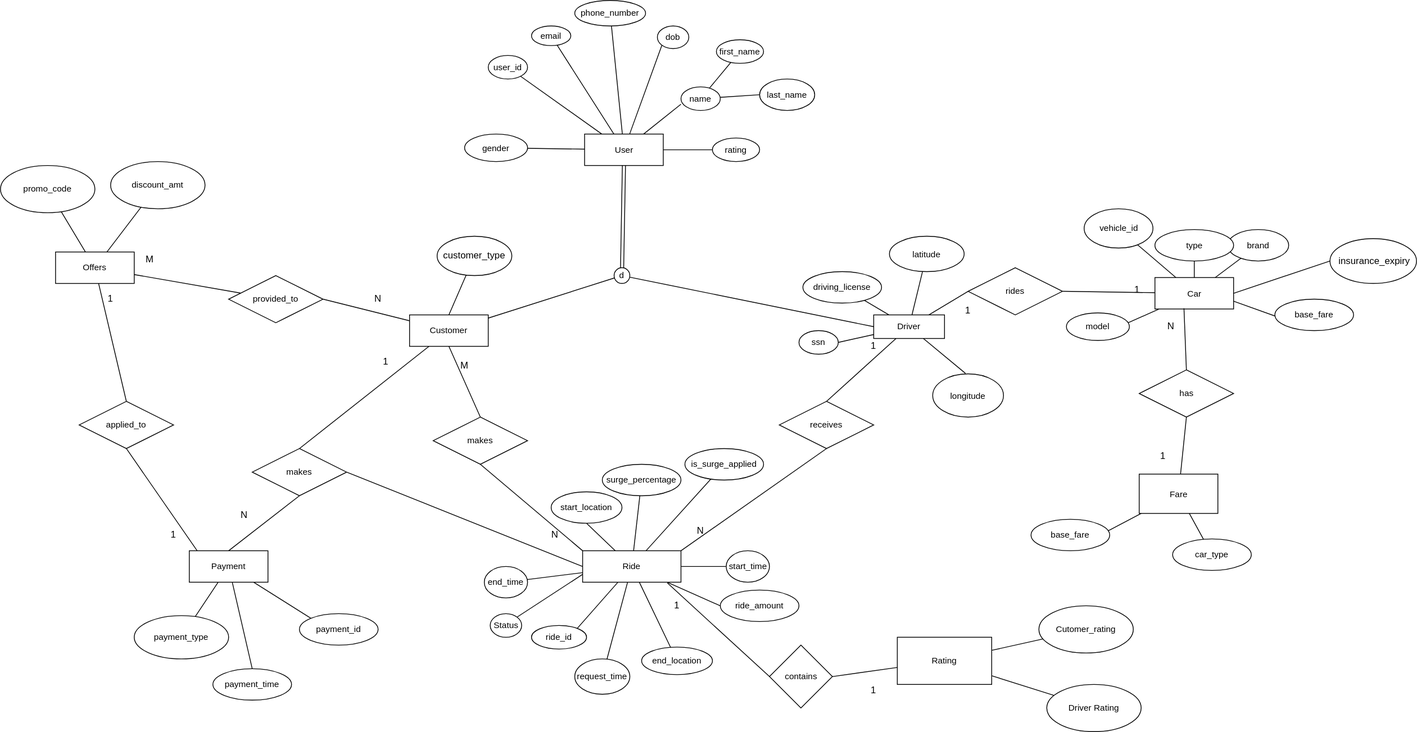
Before: Uber backend.svg, a diagram exported from draw.io (NandhiniPeriyasamy13/Uber-backend-database-design). Source tidied: cells renumbered, new cells last; positions are measured from the earlier drawing's top-left corner, leaving out a move shared by most shapes.
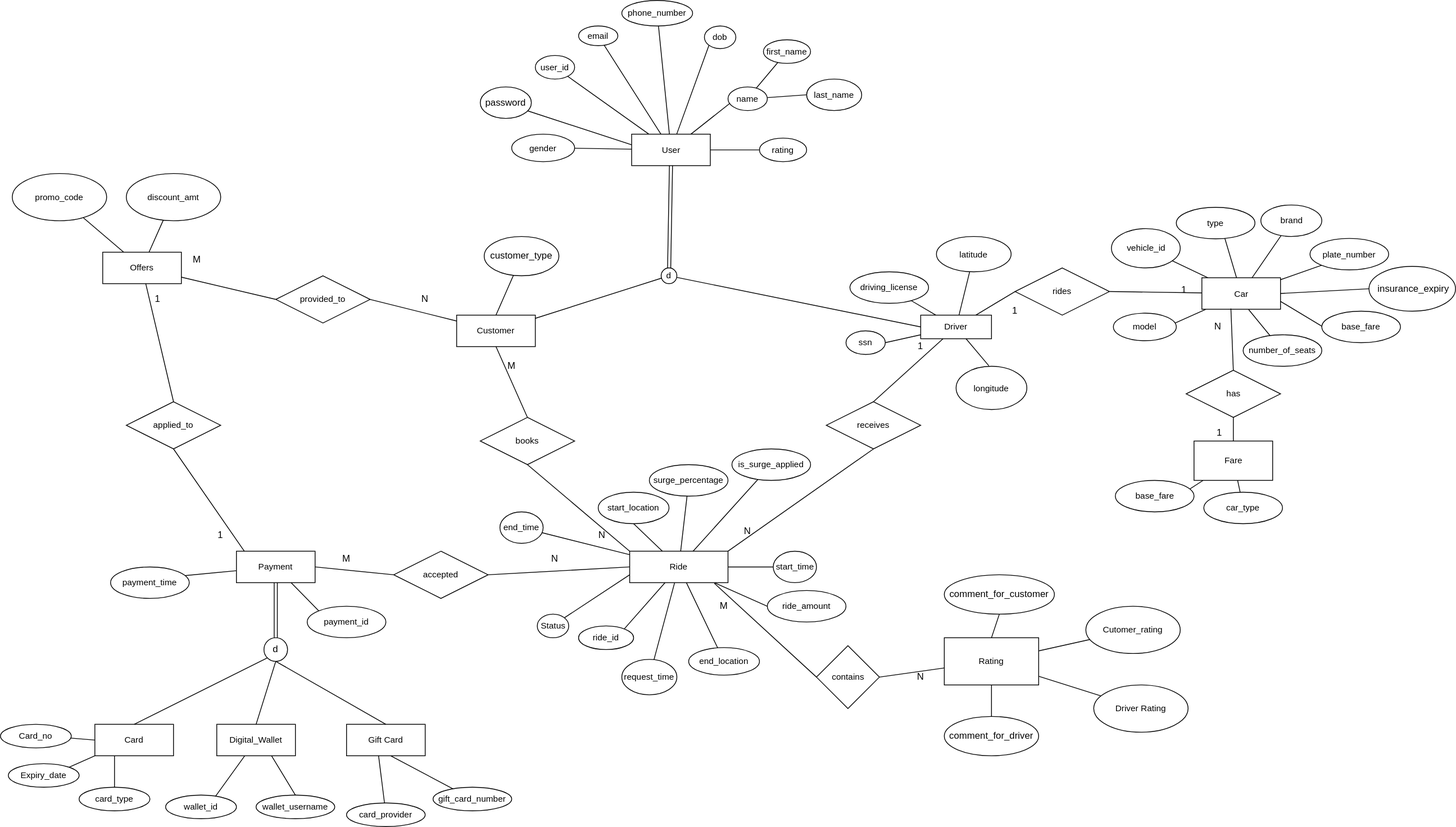
The same file after the commit.

Diff of the diagram source:
```diff
@@ -19,3 +19,3 @@
     </mxCell>
-    <mxCell id="7" style="rounded=0;jettySize=auto;html=1;entryX=0;entryY=0.733;entryDx=0;entryDy=0;entryPerimeter=0;endFill=0;endArrow=none;startFill=0;" parent="1" edge="1" source="9" target="40">
+    <mxCell id="7" style="rounded=0;jettySize=auto;html=1;entryX=0.035;entryY=0.71;entryDx=0;entryDy=0;entryPerimeter=0;endFill=0;endArrow=none;startFill=0;" parent="1" edge="1" source="9" target="40">
       <mxGeometry relative="1" as="geometry" />
@@ -31,5 +31,2 @@
     </mxCell>
-    <mxCell id="11" style="rounded=0;jettySize=auto;html=1;entryX=0.5;entryY=0;entryDx=0;entryDy=0;endFill=0;endArrow=none;startFill=0;" parent="1" edge="1" source="12" target="77">
-      <mxGeometry relative="1" as="geometry" />
-    </mxCell>
     <mxCell id="12" value="Customer" style="whiteSpace=wrap;html=1;align=center;rounded=0;fontSize=11;labelBackgroundColor=#ffffff;endFill=0;startFill=0;" parent="1" vertex="1">
@@ -140,3 +137,3 @@
     </mxCell>
-    <mxCell id="46" value="makes" style="shape=rhombus;perimeter=rhombusPerimeter;whiteSpace=wrap;html=1;align=center;rounded=0;fontSize=11;labelBackgroundColor=#ffffff;endFill=0;startFill=0;" parent="1" vertex="1">
+    <mxCell id="46" value="books" style="shape=rhombus;perimeter=rhombusPerimeter;whiteSpace=wrap;html=1;align=center;rounded=0;fontSize=11;labelBackgroundColor=#ffffff;endFill=0;startFill=0;" parent="1" vertex="1">
       <mxGeometry x="550" y="530" width="120" height="60" as="geometry" />
@@ -182,3 +179,3 @@
     </mxCell>
-    <mxCell id="60" style="rounded=0;jettySize=auto;html=1;endFill=0;endArrow=none;startFill=0;" parent="1" edge="1" source="64" target="66">
+    <mxCell id="60" style="rounded=0;jettySize=auto;html=1;endFill=0;endArrow=none;startFill=0;entryX=0;entryY=0.5;entryDx=0;entryDy=0;" parent="1" edge="1" source="64" target="66">
       <mxGeometry relative="1" as="geometry" />
@@ -230,11 +227,8 @@
     </mxCell>
-    <mxCell id="76" style="rounded=0;jettySize=auto;html=1;entryX=0.5;entryY=0;entryDx=0;entryDy=0;endFill=0;endArrow=none;startFill=0;exitX=0.5;exitY=1;exitDx=0;exitDy=0;" parent="1" edge="1" source="77" target="81">
+    <mxCell id="76" style="rounded=0;jettySize=auto;html=1;entryX=1;entryY=0.5;entryDx=0;entryDy=0;endFill=0;endArrow=none;startFill=0;exitX=0;exitY=0.5;exitDx=0;exitDy=0;" parent="1" edge="1" source="77" target="81">
       <mxGeometry relative="1" as="geometry" />
     </mxCell>
-    <mxCell id="77" value="makes" style="shape=rhombus;perimeter=rhombusPerimeter;whiteSpace=wrap;html=1;align=center;rounded=0;fontSize=11;labelBackgroundColor=#ffffff;endFill=0;startFill=0;" parent="1" vertex="1">
-      <mxGeometry x="320" y="570" width="120" height="60" as="geometry" />
+    <mxCell id="77" value="accepted" style="shape=rhombus;perimeter=rhombusPerimeter;whiteSpace=wrap;html=1;align=center;rounded=0;fontSize=11;labelBackgroundColor=#ffffff;endFill=0;startFill=0;" parent="1" vertex="1">
+      <mxGeometry x="440" y="700" width="120" height="60" as="geometry" />
     </mxCell>
-    <mxCell id="78" style="rounded=0;jettySize=auto;html=1;endFill=0;endArrow=none;startFill=0;" parent="1" edge="1" source="81" target="110">
-      <mxGeometry relative="1" as="geometry" />
-    </mxCell>
     <mxCell id="79" style="rounded=0;jettySize=auto;html=1;entryX=0;entryY=0;entryDx=0;entryDy=0;endFill=0;endArrow=none;startFill=0;" parent="1" edge="1" source="81" target="109">
@@ -242,3 +236,3 @@
     </mxCell>
-    <mxCell id="80" style="rounded=0;jettySize=auto;html=1;entryX=0.5;entryY=0;entryDx=0;entryDy=0;endFill=0;endArrow=none;startFill=0;" parent="1" edge="1" source="81" target="111">
+    <mxCell id="80" style="rounded=0;jettySize=auto;html=1;entryX=0;entryY=0.5;entryDx=0;entryDy=0;endFill=0;endArrow=none;startFill=0;" parent="1" edge="1" source="81" target="111">
       <mxGeometry relative="1" as="geometry" />
@@ -249,6 +243,6 @@
     <mxCell id="82" value="promo_code" style="ellipse;whiteSpace=wrap;html=1;rounded=0;fontSize=11;labelBackgroundColor=#ffffff;endFill=0;startFill=0;" parent="1" vertex="1">
-      <mxGeometry y="210" width="120" height="60" as="geometry" />
+      <mxGeometry x="-45" y="220" width="120" height="60" as="geometry" />
     </mxCell>
     <mxCell id="83" value="discount_amt" style="ellipse;whiteSpace=wrap;html=1;rounded=0;fontSize=11;labelBackgroundColor=#ffffff;endFill=0;startFill=0;" parent="1" vertex="1">
-      <mxGeometry x="140" y="205" width="120" height="60" as="geometry" />
+      <mxGeometry x="100" y="220" width="120" height="60" as="geometry" />
     </mxCell>
@@ -269,9 +263,9 @@
     <mxCell id="88" value="brand" style="ellipse;whiteSpace=wrap;html=1;rounded=0;fontSize=11;labelBackgroundColor=#ffffff;endFill=0;startFill=0;" parent="1" vertex="1">
-      <mxGeometry x="1560" y="291.5" width="77.5" height="40" as="geometry" />
+      <mxGeometry x="1542.5" y="260" width="77.5" height="40" as="geometry" />
     </mxCell>
     <mxCell id="89" value="type" style="ellipse;whiteSpace=wrap;html=1;rounded=0;fontSize=11;labelBackgroundColor=#ffffff;endFill=0;startFill=0;" parent="1" vertex="1">
-      <mxGeometry x="1467.5" y="291.5" width="100" height="40" as="geometry" />
+      <mxGeometry x="1435" y="263" width="100" height="40" as="geometry" />
     </mxCell>
     <mxCell id="90" value="vehicle_id" style="ellipse;whiteSpace=wrap;html=1;align=center;rounded=0;fontSize=11;labelBackgroundColor=#ffffff;endFill=0;startFill=0;" parent="1" vertex="1">
-      <mxGeometry x="1377.5" y="265" width="87.5" height="50" as="geometry" />
+      <mxGeometry x="1352.5" y="290" width="87.5" height="50" as="geometry" />
     </mxCell>
@@ -290,3 +284,3 @@
     <mxCell id="95" value="end_time" style="ellipse;whiteSpace=wrap;html=1;align=center;rounded=0;fontSize=11;labelBackgroundColor=#ffffff;endFill=0;startFill=0;" parent="1" vertex="1">
-      <mxGeometry x="615" y="720" width="55" height="40" as="geometry" />
+      <mxGeometry x="575" y="650" width="55" height="40" as="geometry" />
     </mxCell>
@@ -314,9 +308,9 @@
     <mxCell id="103" value="Fare" style="whiteSpace=wrap;html=1;rounded=0;fontSize=11;labelBackgroundColor=#ffffff;endFill=0;startFill=0;" parent="1" vertex="1">
-      <mxGeometry x="1447.5" y="602.5" width="100" height="50" as="geometry" />
+      <mxGeometry x="1457.5" y="560" width="100" height="50" as="geometry" />
     </mxCell>
     <mxCell id="104" value="car_type" style="ellipse;whiteSpace=wrap;html=1;align=center;rounded=0;fontSize=11;labelBackgroundColor=#ffffff;endFill=0;startFill=0;" parent="1" vertex="1">
-      <mxGeometry x="1490" y="685" width="100" height="40" as="geometry" />
+      <mxGeometry x="1470" y="625" width="100" height="40" as="geometry" />
     </mxCell>
     <mxCell id="105" value="base_fare" style="ellipse;whiteSpace=wrap;html=1;align=center;rounded=0;fontSize=11;labelBackgroundColor=#ffffff;endFill=0;startFill=0;" parent="1" vertex="1">
-      <mxGeometry x="1310" y="660" width="100" height="40" as="geometry" />
+      <mxGeometry x="1357.5" y="610" width="100" height="40" as="geometry" />
     </mxCell>
@@ -329,12 +323,9 @@
     <mxCell id="108" value="longitude" style="ellipse;whiteSpace=wrap;html=1;rounded=0;fontSize=11;labelBackgroundColor=#ffffff;endFill=0;startFill=0;" parent="1" vertex="1">
-      <mxGeometry x="1185" y="475" width="90" height="55" as="geometry" />
+      <mxGeometry x="1155" y="465" width="90" height="55" as="geometry" />
     </mxCell>
     <mxCell id="109" value="payment_id" style="ellipse;whiteSpace=wrap;html=1;align=center;rounded=0;fontSize=11;labelBackgroundColor=#ffffff;endFill=0;startFill=0;" parent="1" vertex="1">
-      <mxGeometry x="380" y="780" width="100" height="40" as="geometry" />
+      <mxGeometry x="330" y="770" width="100" height="40" as="geometry" />
     </mxCell>
-    <mxCell id="110" value="payment_type" style="ellipse;whiteSpace=wrap;html=1;rounded=0;fontSize=11;labelBackgroundColor=#ffffff;endFill=0;startFill=0;" parent="1" vertex="1">
-      <mxGeometry x="170" y="782.5" width="120" height="55" as="geometry" />
-    </mxCell>
     <mxCell id="111" value="payment_time" style="ellipse;whiteSpace=wrap;html=1;align=center;rounded=0;fontSize=11;labelBackgroundColor=#ffffff;endFill=0;startFill=0;" parent="1" vertex="1">
-      <mxGeometry x="270" y="850" width="100" height="40" as="geometry" />
+      <mxGeometry x="80" y="720" width="100" height="40" as="geometry" />
     </mxCell>
@@ -352,9 +343,9 @@
     <mxCell id="115" value="1" style="text;html=1;strokeColor=none;fillColor=none;align=center;verticalAlign=middle;whiteSpace=wrap;rounded=0;" parent="1" vertex="1">
-      <mxGeometry x="1457.5" y="570" width="40" height="20" as="geometry" />
+      <mxGeometry x="1470" y="540" width="40" height="20" as="geometry" />
     </mxCell>
-    <mxCell id="116" value="1" style="text;html=1;strokeColor=none;fillColor=none;align=center;verticalAlign=middle;whiteSpace=wrap;rounded=0;" parent="1" vertex="1">
+    <mxCell id="116" value="M" style="text;html=1;strokeColor=none;fillColor=none;align=center;verticalAlign=middle;whiteSpace=wrap;rounded=0;" parent="1" vertex="1">
       <mxGeometry x="840" y="760" width="40" height="20" as="geometry" />
     </mxCell>
-    <mxCell id="117" value="1" style="text;html=1;strokeColor=none;fillColor=none;align=center;verticalAlign=middle;whiteSpace=wrap;rounded=0;" parent="1" vertex="1">
-      <mxGeometry x="1090" y="867.5" width="40" height="20" as="geometry" />
+    <mxCell id="117" value="N" style="text;html=1;strokeColor=none;fillColor=none;align=center;verticalAlign=middle;whiteSpace=wrap;rounded=0;" parent="1" vertex="1">
+      <mxGeometry x="1090" y="850" width="40" height="20" as="geometry" />
     </mxCell>
@@ -372,7 +363,4 @@
     </mxCell>
-    <mxCell id="122" value="1" style="text;html=1;strokeColor=none;fillColor=none;align=center;verticalAlign=middle;whiteSpace=wrap;rounded=0;" parent="1" vertex="1">
-      <mxGeometry x="470" y="450" width="40" height="20" as="geometry" />
-    </mxCell>
-    <mxCell id="123" value="N" style="text;html=1;strokeColor=none;fillColor=none;align=center;verticalAlign=middle;whiteSpace=wrap;rounded=0;" parent="1" vertex="1">
-      <mxGeometry x="290" y="645" width="40" height="20" as="geometry" />
+    <mxCell id="123" value="M" style="text;html=1;strokeColor=none;fillColor=none;align=center;verticalAlign=middle;whiteSpace=wrap;rounded=0;" parent="1" vertex="1">
+      <mxGeometry x="360" y="700" width="40" height="20" as="geometry" />
     </mxCell>
@@ -397,6 +385,6 @@
     <mxCell id="130" value="&lt;span style=&quot;font-size: 12px&quot;&gt;&amp;nbsp;insurance_expiry&lt;/span&gt;" style="ellipse;whiteSpace=wrap;html=1;" parent="1" vertex="1">
-      <mxGeometry x="1690" y="303" width="110" height="57" as="geometry" />
+      <mxGeometry x="1680" y="338" width="110" height="57" as="geometry" />
     </mxCell>
     <mxCell id="131" value="base_fare" style="ellipse;whiteSpace=wrap;html=1;rounded=0;fontSize=11;labelBackgroundColor=#ffffff;endFill=0;startFill=0;" parent="1" vertex="1">
-      <mxGeometry x="1620" y="380" width="100" height="40" as="geometry" />
+      <mxGeometry x="1620" y="395" width="100" height="40" as="geometry" />
     </mxCell>
@@ -408,2 +396,112 @@
     </mxCell>
+    <mxCell id="134" style="rounded=0;jettySize=auto;html=1;endFill=0;endArrow=none;startFill=0;entryX=0.913;entryY=0.752;entryDx=0;entryDy=0;entryPerimeter=0;" parent="1" edge="1" target="135">
+      <mxGeometry relative="1" as="geometry">
+        <mxPoint x="742.5" y="183.5" as="sourcePoint" />
+      </mxGeometry>
+    </mxCell>
+    <mxCell id="135" value="password" style="ellipse;whiteSpace=wrap;html=1;" parent="1" vertex="1">
+      <mxGeometry x="550" y="110" width="65" height="40" as="geometry" />
+    </mxCell>
+    <mxCell id="136" style="shape=link;endArrow=classic;startArrow=classic;html=1;" parent="1" edge="1">
+      <mxGeometry relative="1" as="geometry">
+        <mxPoint x="290" y="810" as="sourcePoint" />
+        <mxPoint x="290" y="740" as="targetPoint" />
+      </mxGeometry>
+    </mxCell>
+    <mxCell id="137" value="d" style="ellipse;whiteSpace=wrap;html=1;" parent="1" vertex="1">
+      <mxGeometry x="275" y="810" width="30" height="30" as="geometry" />
+    </mxCell>
+    <mxCell id="138" style="endArrow=none;html=1;entryX=0;entryY=1;entryDx=0;entryDy=0;exitX=0.5;exitY=0;exitDx=0;exitDy=0;" parent="1" edge="1" source="139" target="137">
+      <mxGeometry relative="1" as="geometry" />
+    </mxCell>
+    <mxCell id="139" value="Card" style="whiteSpace=wrap;html=1;align=center;rounded=0;fontSize=11;labelBackgroundColor=#ffffff;endFill=0;startFill=0;" parent="1" vertex="1">
+      <mxGeometry x="60" y="920" width="100" height="40" as="geometry" />
+    </mxCell>
+    <mxCell id="140" value="Digital_Wallet" style="whiteSpace=wrap;html=1;align=center;rounded=0;fontSize=11;labelBackgroundColor=#ffffff;endFill=0;startFill=0;" parent="1" vertex="1">
+      <mxGeometry x="215" y="920" width="100" height="40" as="geometry" />
+    </mxCell>
+    <mxCell id="141" value="Gift Card" style="whiteSpace=wrap;html=1;align=center;rounded=0;fontSize=11;labelBackgroundColor=#ffffff;endFill=0;startFill=0;" parent="1" vertex="1">
+      <mxGeometry x="380" y="920" width="100" height="40" as="geometry" />
+    </mxCell>
+    <mxCell id="142" style="endArrow=none;html=1;exitX=0.5;exitY=0;exitDx=0;exitDy=0;entryX=0.5;entryY=1;entryDx=0;entryDy=0;" parent="1" edge="1" source="140" target="137">
+      <mxGeometry relative="1" as="geometry" />
+    </mxCell>
+    <mxCell id="143" style="endArrow=none;html=1;exitX=0.5;exitY=0;exitDx=0;exitDy=0;" parent="1" edge="1" source="141">
+      <mxGeometry relative="1" as="geometry">
+        <mxPoint x="290" y="840" as="targetPoint" />
+      </mxGeometry>
+    </mxCell>
+    <mxCell id="144" value="Card_no" style="ellipse;whiteSpace=wrap;html=1;rounded=0;fontSize=11;labelBackgroundColor=#ffffff;endFill=0;startFill=0;" parent="1" vertex="1">
+      <mxGeometry x="-60" y="920" width="90" height="30" as="geometry" />
+    </mxCell>
+    <mxCell id="145" value="Expiry_date" style="ellipse;whiteSpace=wrap;html=1;rounded=0;fontSize=11;labelBackgroundColor=#ffffff;endFill=0;startFill=0;" parent="1" vertex="1">
+      <mxGeometry x="-50" y="970" width="90" height="30" as="geometry" />
+    </mxCell>
+    <mxCell id="146" value="card_type" style="ellipse;whiteSpace=wrap;html=1;rounded=0;fontSize=11;labelBackgroundColor=#ffffff;endFill=0;startFill=0;" parent="1" vertex="1">
+      <mxGeometry x="40" y="1000" width="90" height="30" as="geometry" />
+    </mxCell>
+    <mxCell id="147" style="endArrow=none;html=1;entryX=0;entryY=0.5;entryDx=0;entryDy=0;" parent="1" edge="1" source="144" target="139">
+      <mxGeometry relative="1" as="geometry" />
+    </mxCell>
+    <mxCell id="148" style="endArrow=none;html=1;entryX=0;entryY=1;entryDx=0;entryDy=0;exitX=1;exitY=0;exitDx=0;exitDy=0;" parent="1" edge="1" source="145" target="139">
+      <mxGeometry relative="1" as="geometry" />
+    </mxCell>
+    <mxCell id="149" style="endArrow=none;html=1;entryX=0.25;entryY=1;entryDx=0;entryDy=0;exitX=0.5;exitY=0;exitDx=0;exitDy=0;" parent="1" edge="1" source="146" target="139">
+      <mxGeometry relative="1" as="geometry" />
+    </mxCell>
+    <mxCell id="150" style="endArrow=none;html=1;exitX=0.5;exitY=0;exitDx=0;exitDy=0;" parent="1" edge="1" target="140">
+      <mxGeometry relative="1" as="geometry">
+        <mxPoint x="200" y="1030" as="sourcePoint" />
+      </mxGeometry>
+    </mxCell>
+    <mxCell id="151" value="wallet_id" style="ellipse;whiteSpace=wrap;html=1;rounded=0;fontSize=11;labelBackgroundColor=#ffffff;endFill=0;startFill=0;" parent="1" vertex="1">
+      <mxGeometry x="150" y="1010" width="90" height="30" as="geometry" />
+    </mxCell>
+    <mxCell id="152" value="wallet_username" style="ellipse;whiteSpace=wrap;html=1;rounded=0;fontSize=11;labelBackgroundColor=#ffffff;endFill=0;startFill=0;" parent="1" vertex="1">
+      <mxGeometry x="265" y="1010" width="100" height="30" as="geometry" />
+    </mxCell>
+    <mxCell id="153" style="endArrow=none;html=1;exitX=0.5;exitY=0;exitDx=0;exitDy=0;" parent="1" edge="1" source="152">
+      <mxGeometry relative="1" as="geometry">
+        <mxPoint x="284.7" y="960" as="targetPoint" />
+      </mxGeometry>
+    </mxCell>
+    <mxCell id="154" style="endArrow=none;html=1;entryX=0.407;entryY=0.992;entryDx=0;entryDy=0;entryPerimeter=0;" parent="1" edge="1" source="155" target="141">
+      <mxGeometry relative="1" as="geometry" />
+    </mxCell>
+    <mxCell id="155" value="card_provider" style="ellipse;whiteSpace=wrap;html=1;rounded=0;fontSize=11;labelBackgroundColor=#ffffff;endFill=0;startFill=0;" parent="1" vertex="1">
+      <mxGeometry x="380" y="1020" width="100" height="30" as="geometry" />
+    </mxCell>
+    <mxCell id="156" value="gift_card_number" style="ellipse;whiteSpace=wrap;html=1;rounded=0;fontSize=11;labelBackgroundColor=#ffffff;endFill=0;startFill=0;" parent="1" vertex="1">
+      <mxGeometry x="490" y="1000" width="100" height="30" as="geometry" />
+    </mxCell>
+    <mxCell id="157" style="endArrow=none;html=1;entryX=0.565;entryY=1.007;entryDx=0;entryDy=0;entryPerimeter=0;" parent="1" edge="1" source="156" target="141">
+      <mxGeometry relative="1" as="geometry" />
+    </mxCell>
+    <mxCell id="158" value="number_of_seats" style="ellipse;whiteSpace=wrap;html=1;rounded=0;fontSize=11;labelBackgroundColor=#ffffff;endFill=0;startFill=0;" parent="1" vertex="1">
+      <mxGeometry x="1520" y="425" width="100" height="40" as="geometry" />
+    </mxCell>
+    <mxCell id="159" style="rounded=0;jettySize=auto;html=1;endFill=0;endArrow=none;startFill=0;exitX=0.594;exitY=1.008;exitDx=0;exitDy=0;exitPerimeter=0;" parent="1" edge="1" source="58" target="158">
+      <mxGeometry relative="1" as="geometry" />
+    </mxCell>
+    <mxCell id="160" value="plate_number" style="ellipse;whiteSpace=wrap;html=1;align=center;rounded=0;fontSize=11;labelBackgroundColor=#ffffff;endFill=0;startFill=0;" parent="1" vertex="1">
+      <mxGeometry x="1605" y="302.5" width="100" height="40" as="geometry" />
+    </mxCell>
+    <mxCell id="161" style="rounded=0;jettySize=auto;html=1;endFill=0;endArrow=none;startFill=0;entryX=0;entryY=1;entryDx=0;entryDy=0;" parent="1" edge="1" source="58" target="160">
+      <mxGeometry relative="1" as="geometry" />
+    </mxCell>
+    <mxCell id="162" value="comment_for_driver" style="ellipse;whiteSpace=wrap;html=1;" parent="1" vertex="1">
+      <mxGeometry x="1140" y="910" width="120" height="50" as="geometry" />
+    </mxCell>
+    <mxCell id="163" value="comment_for_customer" style="ellipse;whiteSpace=wrap;html=1;" parent="1" vertex="1">
+      <mxGeometry x="1140" y="730" width="140" height="50" as="geometry" />
+    </mxCell>
+    <mxCell id="164" style="endArrow=none;html=1;entryX=0.5;entryY=1;entryDx=0;entryDy=0;" parent="1" edge="1" source="162" target="72">
+      <mxGeometry relative="1" as="geometry" />
+    </mxCell>
+    <mxCell id="165" style="endArrow=none;html=1;entryX=0.5;entryY=1;entryDx=0;entryDy=0;exitX=0.5;exitY=0;exitDx=0;exitDy=0;" parent="1" edge="1" source="72" target="163">
+      <mxGeometry relative="1" as="geometry" />
+    </mxCell>
+    <mxCell id="166" value="N" style="text;html=1;strokeColor=none;fillColor=none;align=center;verticalAlign=middle;whiteSpace=wrap;rounded=0;" parent="1" vertex="1">
+      <mxGeometry x="625" y="700" width="40" height="20" as="geometry" />
+    </mxCell>
   </root>
```
